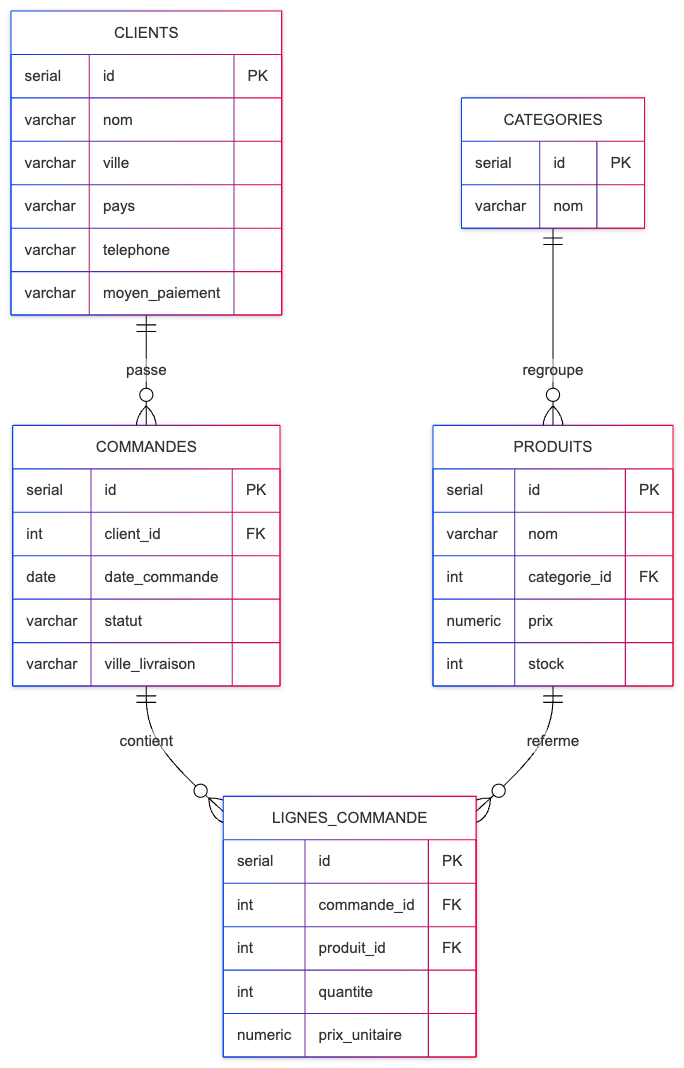
Before: database/postgresql/docs/erd_mohdatashop.png, a diagram exported from Mermaid (Meadohm/mohdatashop-pipeline). Its source is kept beside it as database/postgresql/docs/erd_mohdatashop.mermaid. The source it was exported from:
```mermaid
erDiagram
  CLIENTS ||--o{ COMMANDES : passe
  CATEGORIES ||--o{ PRODUITS : regroupe
  COMMANDES ||--o{ LIGNES_COMMANDE : contient
  PRODUITS ||--o{ LIGNES_COMMANDE : referme

  CLIENTS {
    serial id PK
    varchar nom
    varchar ville
    varchar pays
    varchar telephone
    varchar moyen_paiement
  }
  CATEGORIES {
    serial id PK
    varchar nom
  }
  PRODUITS {
    serial id PK
    varchar nom
    int categorie_id FK
    numeric prix
    int stock
  }
  COMMANDES {
    serial id PK
    int client_id FK
    date date_commande
    varchar statut
    varchar ville_livraison
  }
  LIGNES_COMMANDE {
    serial id PK
    int commande_id FK
    int produit_id FK
    int quantite
    numeric prix_unitaire
  }
```
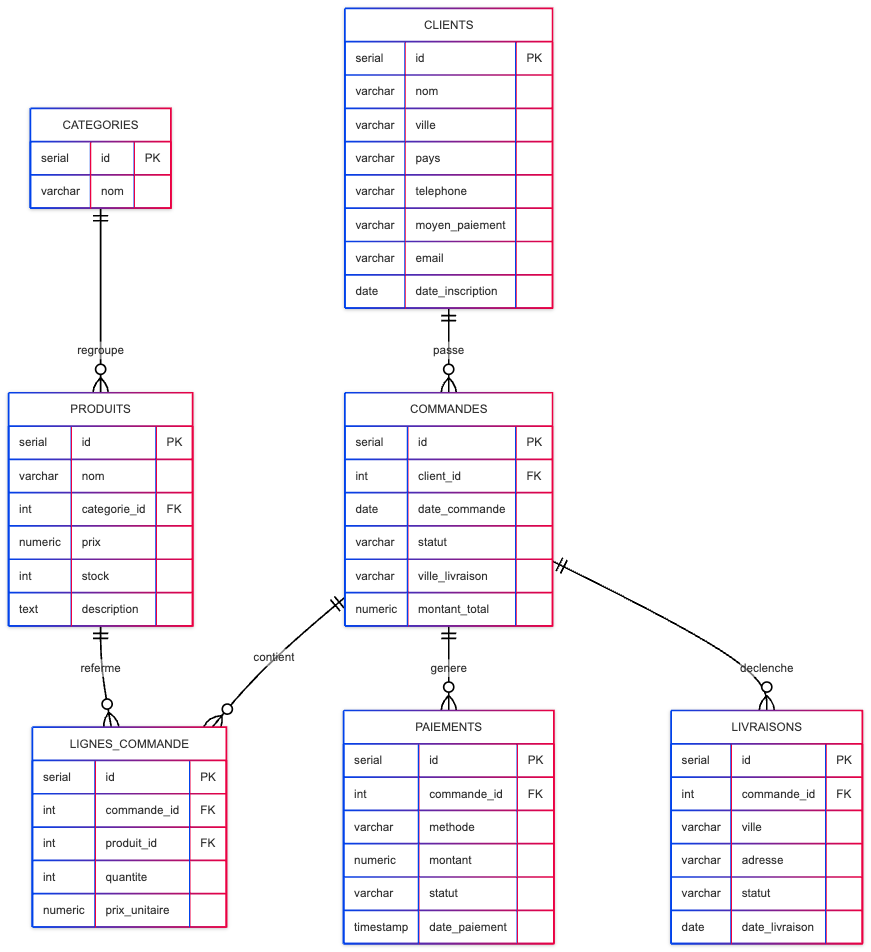
After the change.

Commit message:
feat: N4-N6 clos - schéma relationnel complet (paiements, livraisons, email, description) + ERD 7 tables régénéré

The edit, as a diff of the source:
```diff
@@ -3,6 +3,8 @@
   CATEGORIES ||--o{ PRODUITS : regroupe
   COMMANDES ||--o{ LIGNES_COMMANDE : contient
   PRODUITS ||--o{ LIGNES_COMMANDE : referme
+  COMMANDES ||--o{ PAIEMENTS : genere
+  COMMANDES ||--o{ LIVRAISONS : declenche
 
   CLIENTS {
     serial id PK
@@ -11,6 +13,8 @@
     varchar pays
     varchar telephone
     varchar moyen_paiement
+    varchar email
+    date date_inscription
   }
   CATEGORIES {
     serial id PK
@@ -22,6 +26,7 @@
     int categorie_id FK
     numeric prix
     int stock
+    text description
   }
   COMMANDES {
     serial id PK
@@ -29,6 +34,7 @@
     date date_commande
     varchar statut
     varchar ville_livraison
+    numeric montant_total
   }
   LIGNES_COMMANDE {
     serial id PK
@@ -37,3 +43,19 @@
     int quantite
     numeric prix_unitaire
   }
+  PAIEMENTS {
+    serial id PK
+    int commande_id FK
+    varchar methode
+    numeric montant
+    varchar statut
+    timestamp date_paiement
+  }
+  LIVRAISONS {
+    serial id PK
+    int commande_id FK
+    varchar ville
+    varchar adresse
+    varchar statut
+    date date_livraison
+  }
```
